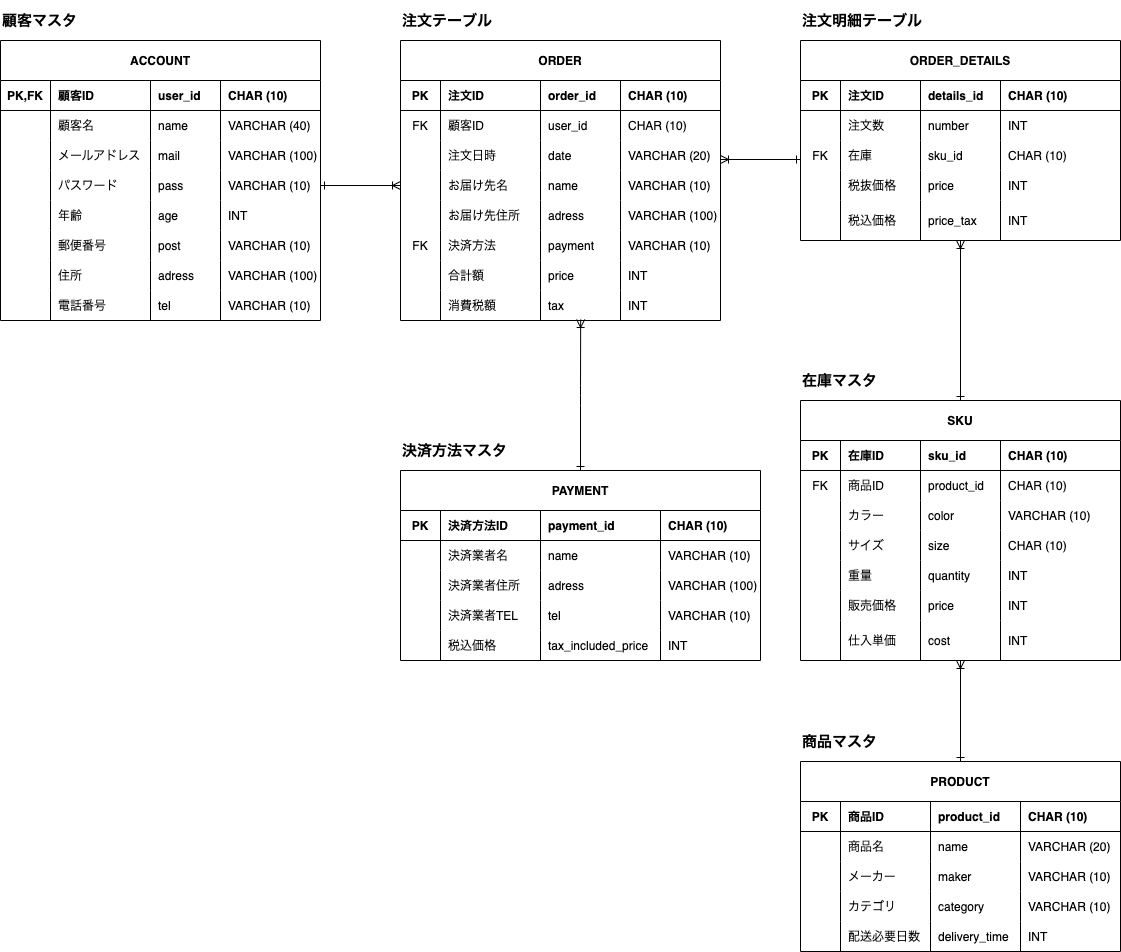
This is portfolio.drawio.png from june1983/java, a draw.io export, as it was before one commit. Source tidied: cells renumbered, new cells last; positions are measured from the earlier drawing's top-left corner, leaving out a move shared by most shapes.
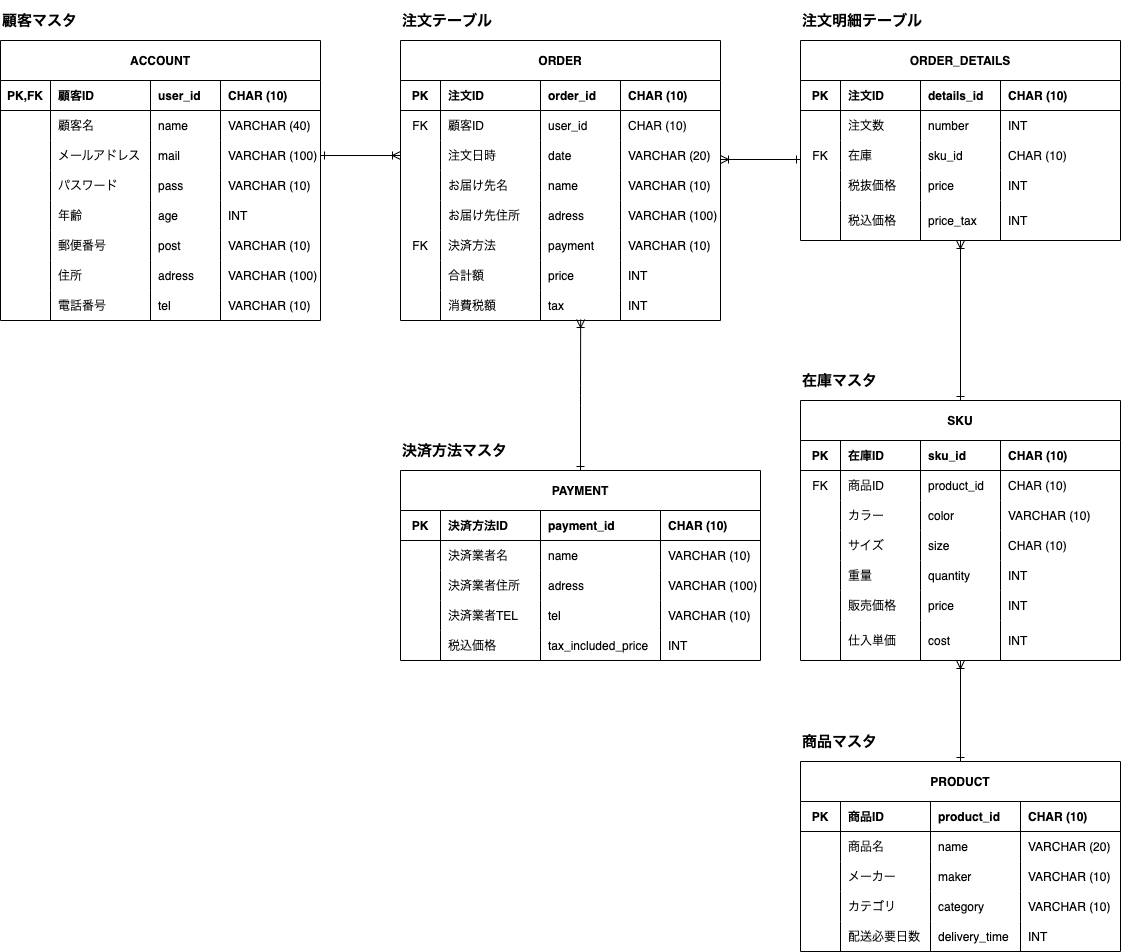
After the change.

Commit message:
portfolio.drawio.png を更新します

The edit, as a diff of the source:
```diff
@@ -425,9 +425,6 @@
     <mxCell id="141" value="INT" style="shape=partialRectangle;fillColor=none;top=0;left=0;bottom=0;right=0;align=left;spacingLeft=6;overflow=hidden;fontSize=12;" parent="137" vertex="1">
       <mxGeometry x="260" width="100" height="30" as="geometry" />
     </mxCell>
-    <mxCell id="142" style="edgeStyle=orthogonalEdgeStyle;rounded=1;jettySize=auto;html=1;exitX=1;exitY=0.5;exitDx=0;exitDy=0;entryX=0;entryY=0.5;entryDx=0;entryDy=0;fontSize=12;startArrow=ERone;startFill=0;endArrow=ERoneToMany;endFill=0;strokeColor=default;" parent="1" edge="1" source="19" target="61">
-      <mxGeometry relative="1" as="geometry" />
-    </mxCell>
     <mxCell id="143" value="在庫マスタ" style="text;strokeColor=none;fillColor=none;html=1;fontSize=15;fontStyle=1;verticalAlign=middle;align=left;" parent="1" vertex="1">
       <mxGeometry x="800" y="360" width="80" height="40" as="geometry" />
     </mxCell>
@@ -630,5 +627,8 @@
     <mxCell id="208" value="INT" style="shape=partialRectangle;fillColor=none;top=0;left=0;bottom=0;right=0;align=left;spacingLeft=6;overflow=hidden;fontSize=12;" parent="204" vertex="1">
       <mxGeometry x="220" width="100" height="30" as="geometry" />
     </mxCell>
+    <mxCell id="209" style="edgeStyle=orthogonalEdgeStyle;rounded=1;jettySize=auto;html=1;exitX=1;exitY=0.5;exitDx=0;exitDy=0;entryX=0;entryY=0.5;entryDx=0;entryDy=0;fontSize=12;startArrow=ERone;startFill=0;endArrow=ERoneToMany;endFill=0;strokeColor=default;" parent="1" edge="1" source="14" target="56">
+      <mxGeometry relative="1" as="geometry" />
+    </mxCell>
   </root>
 </mxGraphModel>
```
